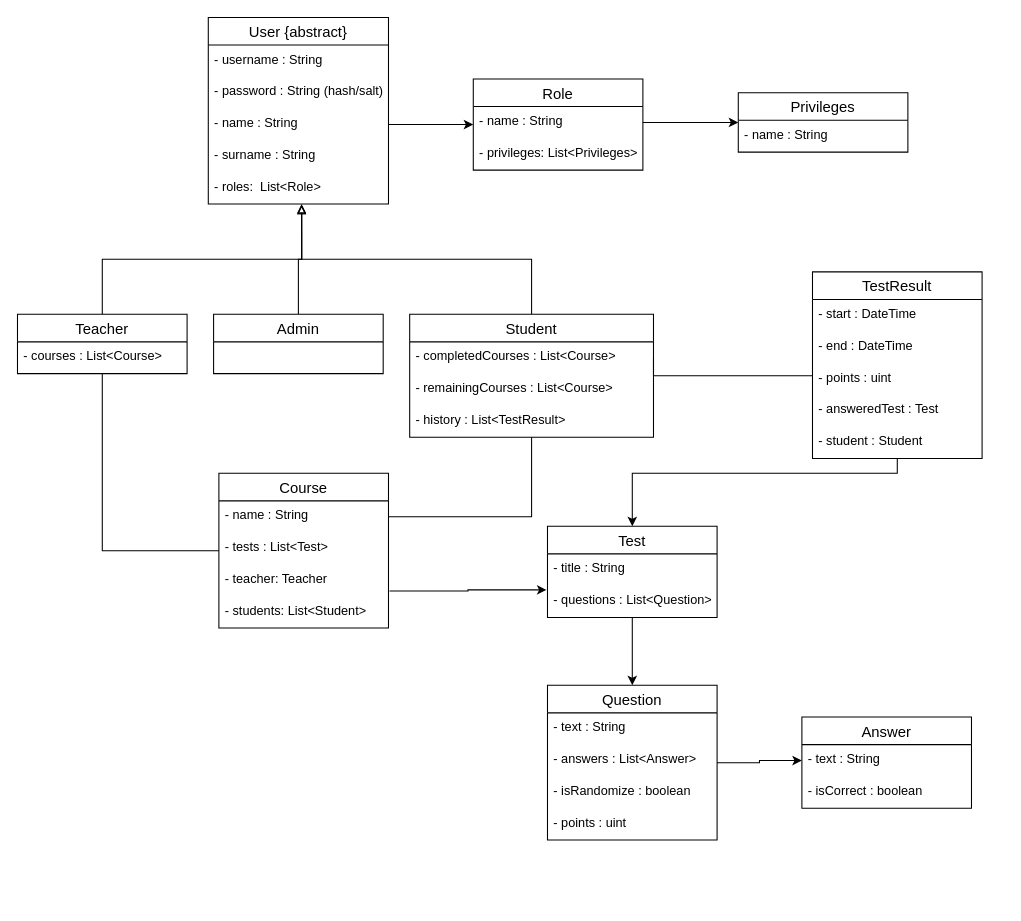
This is diagrams/ClassDiagram.drawio from Marieta3/e-obrazovanje, a draw.io file, before an edit. Source tidied: cells renumbered, new cells numbered last; positions are measured from the earlier drawing's top-left corner, leaving out a move shared by most shapes. Both pictures are drawn from the tidied source at 106%, with x=0, y=0 at pixel (17, 17).
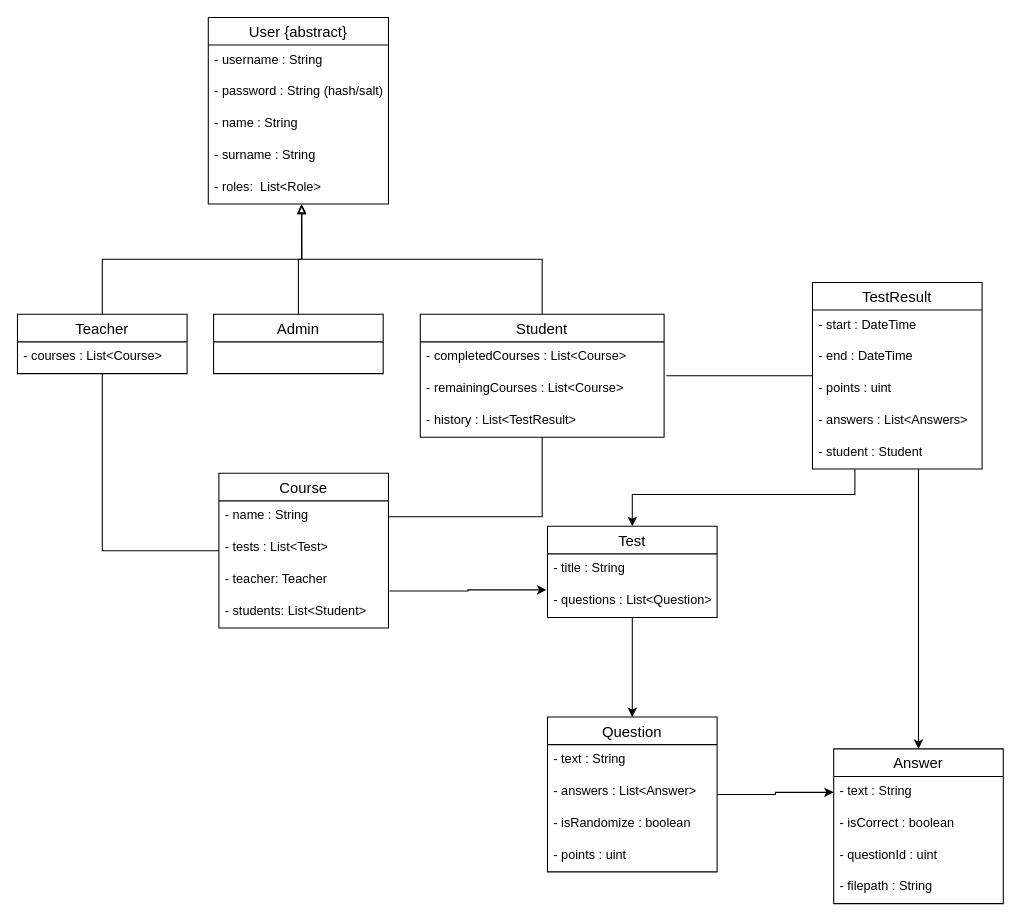
The same page after the edit.

Unchanged cells that the change refers to:
```xml
<mxCell id="5" value="- name : String" style="text;strokeColor=none;fillColor=none;spacingLeft=4;spacingRight=4;overflow=hidden;points=[[0,0.5],[1,0.5]];portConstraint=eastwest;fontSize=12;" parent="2" vertex="1">
  <mxGeometry y="86" width="170" height="30" as="geometry" />
</mxCell>
<mxCell id="23" value="Test" style="swimlane;fontStyle=0;horizontal=1;startSize=26;align=center;fontSize=14;" parent="1" vertex="1">
  <mxGeometry x="500" y="480" width="160" height="86" as="geometry" />
</mxCell>
<mxCell id="34" value="- completedCourses : List&lt;Course&gt;" style="text;strokeColor=none;fillColor=none;spacingLeft=4;spacingRight=4;overflow=hidden;points=[[0,0.5],[1,0.5]];portConstraint=eastwest;fontSize=12;" parent="33" vertex="1">
  <mxGeometry y="26" width="230" height="30" as="geometry" />
</mxCell>
```

The edit, as a diff of the source:
```diff
@@
-    <mxCell id="8" value="Role" style="swimlane;fontStyle=0;horizontal=1;startSize=26;align=center;fontSize=14;" parent="1" vertex="1">
-      <mxGeometry x="430" y="58" width="160" height="86" as="geometry" />
-    </mxCell>
-    <mxCell id="9" value="- name : String" style="text;strokeColor=none;fillColor=none;spacingLeft=4;spacingRight=4;overflow=hidden;points=[[0,0.5],[1,0.5]];portConstraint=eastwest;fontSize=12;" parent="8" vertex="1">
-      <mxGeometry y="26" width="160" height="30" as="geometry" />
-    </mxCell>
-    <mxCell id="10" value="- privileges: List&lt;Privileges&gt;" style="text;strokeColor=none;fillColor=none;spacingLeft=4;spacingRight=4;overflow=hidden;fontSize=12;" parent="8" vertex="1">
-      <mxGeometry y="56" width="160" height="30" as="geometry" />
-    </mxCell>
-    <mxCell id="11" style="edgeStyle=orthogonalEdgeStyle;rounded=0;jettySize=auto;html=1;entryX=0;entryY=0.5;entryDx=0;entryDy=0;" parent="1" edge="1" source="5" target="8">
-      <mxGeometry relative="1" as="geometry" />
-    </mxCell>
-    <mxCell id="12" value="Privileges" style="swimlane;fontStyle=0;horizontal=1;startSize=26;align=center;fontSize=14;" parent="1" vertex="1">
-      <mxGeometry x="680" y="71" width="160" height="56" as="geometry" />
-    </mxCell>
-    <mxCell id="13" value="- name : String" style="text;strokeColor=none;fillColor=none;spacingLeft=4;spacingRight=4;overflow=hidden;fontSize=12;" parent="12" vertex="1">
-      <mxGeometry y="26" width="160" height="30" as="geometry" />
-    </mxCell>
-    <mxCell id="14" style="edgeStyle=orthogonalEdgeStyle;rounded=0;jettySize=auto;html=1;entryX=0;entryY=0.5;entryDx=0;entryDy=0;" parent="1" edge="1" source="9" target="12">
-      <mxGeometry relative="1" as="geometry" />
-    </mxCell>
@@
     <mxCell id="33" value="Student" style="swimlane;fontStyle=0;horizontal=1;startSize=26;align=center;fontSize=14;" parent="1" vertex="1">
-      <mxGeometry x="370" y="280" width="230" height="116" as="geometry" />
+      <mxGeometry x="380" y="280" width="230" height="116" as="geometry" />
     </mxCell>
@@
     <mxCell id="38" value="Question" style="swimlane;fontStyle=0;horizontal=1;startSize=26;align=center;fontSize=14;" parent="1" vertex="1">
-      <mxGeometry x="500" y="630" width="160" height="146" as="geometry" />
+      <mxGeometry x="500" y="660" width="160" height="146" as="geometry" />
     </mxCell>
@@
     <mxCell id="43" value="Answer" style="swimlane;fontStyle=0;horizontal=1;startSize=26;align=center;fontSize=14;" parent="1" vertex="1">
-      <mxGeometry x="740" y="660" width="160" height="86" as="geometry" />
+      <mxGeometry x="770" y="690" width="160" height="146" as="geometry" />
     </mxCell>
@@
+    <mxCell id="54" value="- questionId : uint" style="text;strokeColor=none;fillColor=none;spacingLeft=4;spacingRight=4;overflow=hidden;fontSize=12;" parent="43" vertex="1">
+      <mxGeometry y="86" width="160" height="30" as="geometry" />
+    </mxCell>
+    <mxCell id="55" value="- filepath : String" style="text;strokeColor=none;fillColor=none;spacingLeft=4;spacingRight=4;overflow=hidden;fontSize=12;" parent="43" vertex="1">
+      <mxGeometry y="116" width="160" height="30" as="geometry" />
+    </mxCell>
-    <mxCell id="46" style="edgeStyle=orthogonalEdgeStyle;rounded=0;jettySize=auto;html=1;entryX=1;entryY=0.5;entryDx=0;entryDy=0;endArrow=none;endFill=0;startArrow=none;startFill=0;" parent="1" edge="1" source="48" target="34">
-      <mxGeometry relative="1" as="geometry">
-        <Array as="points">
-          <mxPoint x="600" y="338" />
-        </Array>
-      </mxGeometry>
+    <mxCell id="46" style="edgeStyle=orthogonalEdgeStyle;rounded=0;jettySize=auto;html=1;entryX=1.009;entryY=1.067;entryDx=0;entryDy=0;endArrow=none;endFill=0;startArrow=none;startFill=0;entryPerimeter=0;" parent="1" edge="1" source="48" target="34">
+      <mxGeometry relative="1" as="geometry" />
     </mxCell>
     <mxCell id="47" style="edgeStyle=orthogonalEdgeStyle;rounded=0;jettySize=auto;html=1;entryX=0.5;entryY=0;entryDx=0;entryDy=0;" parent="1" edge="1" source="48" target="23">
       <mxGeometry relative="1" as="geometry">
         <Array as="points">
-          <mxPoint x="830" y="430" />
-          <mxPoint x="580" y="430" />
+          <mxPoint x="790" y="450" />
+          <mxPoint x="580" y="450" />
         </Array>
       </mxGeometry>
     </mxCell>
+    <mxCell id="56" style="edgeStyle=orthogonalEdgeStyle;rounded=0;jettySize=auto;html=1;entryX=0.5;entryY=0;entryDx=0;entryDy=0;" parent="1" edge="1" source="48" target="43">
+      <mxGeometry relative="1" as="geometry">
+        <Array as="points">
+          <mxPoint x="850" y="450" />
+          <mxPoint x="850" y="450" />
+        </Array>
+      </mxGeometry>
+    </mxCell>
     <mxCell id="48" value="TestResult" style="swimlane;fontStyle=0;horizontal=1;startSize=26;align=center;fontSize=14;" parent="1" vertex="1">
-      <mxGeometry x="750" y="240" width="160" height="176" as="geometry" />
+      <mxGeometry x="750" y="250" width="160" height="176" as="geometry" />
     </mxCell>
@@
-    <mxCell id="52" value="- answeredTest : Test" style="text;strokeColor=none;fillColor=none;spacingLeft=4;spacingRight=4;overflow=hidden;fontSize=12;" parent="48" vertex="1">
+    <mxCell id="52" value="- answers : List&lt;Answers&gt;" style="text;strokeColor=none;fillColor=none;spacingLeft=4;spacingRight=4;overflow=hidden;fontSize=12;" parent="48" vertex="1">
       <mxGeometry y="116" width="160" height="30" as="geometry" />
     </mxCell>
```
